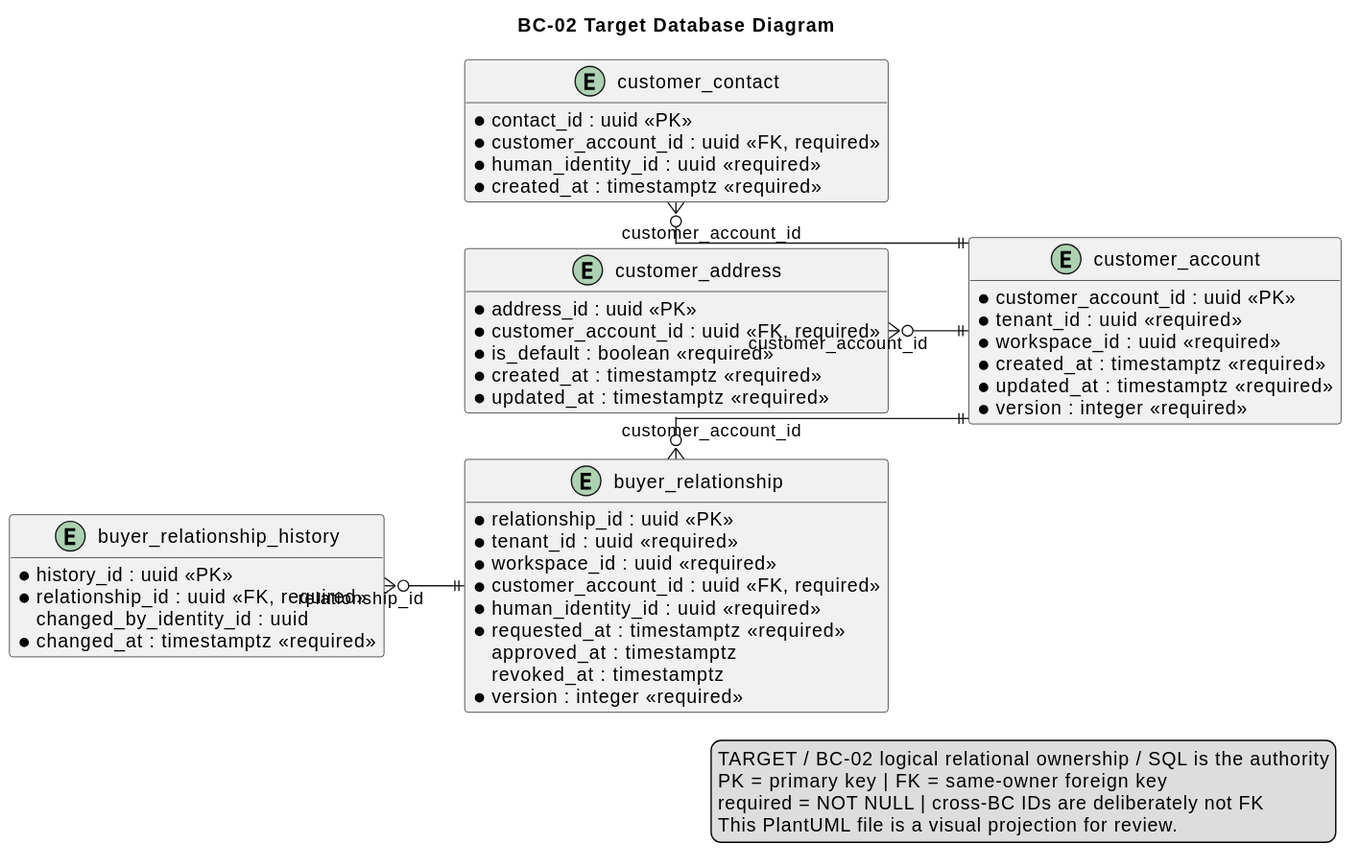
nexa-suite/mobile-report keeps this PlantUML diagram as report/assets/chapter-2/tactical/BC-02/database-diagram.svg. Above is the earlier version.
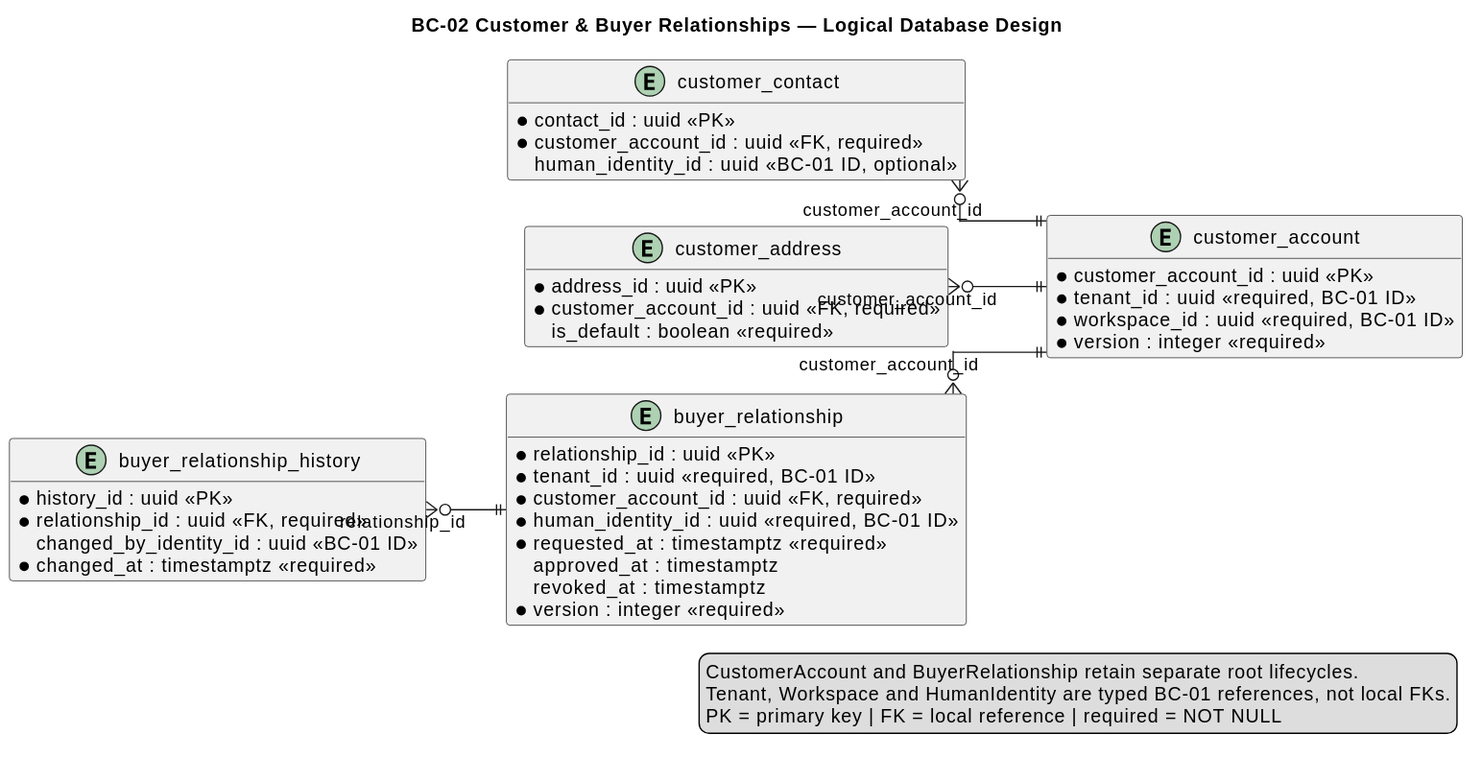
The same diagram one commit later.

The edit, as a diff of the source:
```diff
@@ -1,5 +1,5 @@
 @startuml
-title BC-02 Target Database Diagram
+title BC-02 Customer & Buyer Relationships — Logical Database Design
 left to right direction
 hide methods
 skinparam shadowing false
@@ -10,49 +10,39 @@
   FontColor #0F172A
 }
 
-entity "customer_account" as t_customer_account {
+entity "customer_account" as customer_account {
   * customer_account_id : uuid <<PK>>
-  * tenant_id : uuid <<required>>
-  * workspace_id : uuid <<required>>
+  * tenant_id : uuid <<required, BC-01 ID>>
+  * workspace_id : uuid <<required, BC-01 ID>>
   * legal_name : varchar(200) <<required>>
     tax_identifier : varchar(80)
   * status : varchar(32) <<required>>
-  * created_at : timestamptz <<required>>
-  * updated_at : timestamptz <<required>>
   * version : integer <<required>>
 }
 
-entity "customer_contact" as t_customer_contact {
+entity "customer_contact" as customer_contact {
   * contact_id : uuid <<PK>>
   * customer_account_id : uuid <<FK, required>>
-  * human_identity_id : uuid <<required>>
+    human_identity_id : uuid <<BC-01 ID, optional>>
   * role : varchar(32) <<required>>
   * status : varchar(32) <<required>>
-  * created_at : timestamptz <<required>>
 }
 
-entity "customer_address" as t_customer_address {
+entity "customer_address" as customer_address {
   * address_id : uuid <<PK>>
   * customer_account_id : uuid <<FK, required>>
   * kind : varchar(32) <<required>>
   * line1 : varchar(240) <<required>>
-    line2 : varchar(240)
-    district_code : varchar(32)
-    province_code : varchar(32)
-    department_code : varchar(32)
-    postal_code : varchar(32)
+    locality : varchar(120)
     recipient_name : varchar(200)
-  * is_default : boolean <<required>>
-  * created_at : timestamptz <<required>>
-  * updated_at : timestamptz <<required>>
+    is_default : boolean <<required>>
 }
 
-entity "buyer_relationship" as t_buyer_relationship {
+entity "buyer_relationship" as buyer_relationship {
   * relationship_id : uuid <<PK>>
-  * tenant_id : uuid <<required>>
-  * workspace_id : uuid <<required>>
+  * tenant_id : uuid <<required, BC-01 ID>>
   * customer_account_id : uuid <<FK, required>>
-  * human_identity_id : uuid <<required>>
+  * human_identity_id : uuid <<required, BC-01 ID>>
   * status : varchar(32) <<required>>
   * requested_at : timestamptz <<required>>
     approved_at : timestamptz
@@ -60,25 +50,23 @@
   * version : integer <<required>>
 }
 
-entity "buyer_relationship_history" as t_buyer_relationship_history {
+entity "buyer_relationship_history" as relationship_history {
   * history_id : uuid <<PK>>
   * relationship_id : uuid <<FK, required>>
     from_status : varchar(32)
   * to_status : varchar(32) <<required>>
-    reason : varchar(500)
-    changed_by_identity_id : uuid
+    changed_by_identity_id : uuid <<BC-01 ID>>
   * changed_at : timestamptz <<required>>
 }
 
-t_customer_contact }o--|| t_customer_account : customer_account_id
-t_customer_address }o--|| t_customer_account : customer_account_id
-t_buyer_relationship }o--|| t_customer_account : customer_account_id
-t_buyer_relationship_history }o--|| t_buyer_relationship : relationship_id
+customer_contact }o--|| customer_account : customer_account_id
+customer_address }o--|| customer_account : customer_account_id
+buyer_relationship }o--|| customer_account : customer_account_id
+relationship_history }o--|| buyer_relationship : relationship_id
 
 legend right
-TARGET / BC-02 logical relational ownership / SQL is the authority
-PK = primary key | FK = same-owner foreign key
-required = NOT NULL | cross-BC IDs are deliberately not FK
-This PlantUML file is a visual projection for review.
+CustomerAccount and BuyerRelationship retain separate root lifecycles.
+Tenant, Workspace and HumanIdentity are typed BC-01 references, not local FKs.
+PK = primary key | FK = local reference | required = NOT NULL
 endlegend
 @enduml
```
